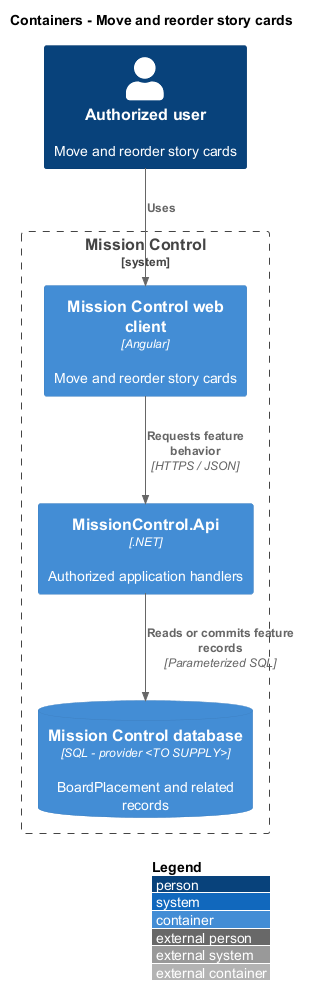
Earlier version of the PlantUML export docs/detailed-designs/kanban/move-story-cards/diagrams/c4-container.png (QuinntyneBrown/mission-control).
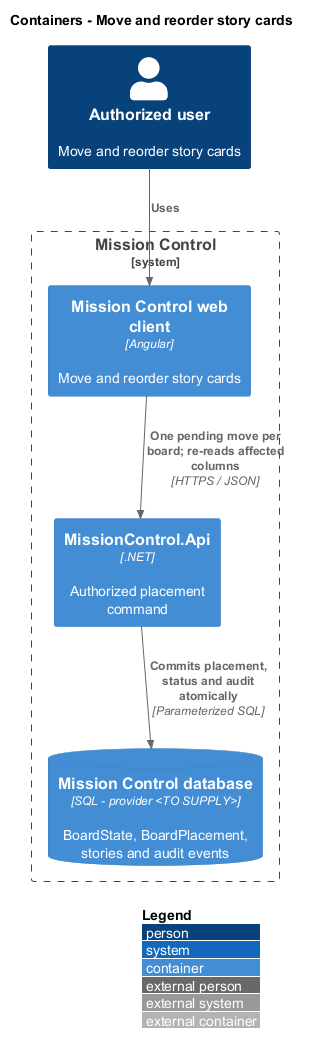
After the commit.

The edit, as a diff of the source:
```diff
@@ -5,10 +5,10 @@
 Person(actor, "Authorized user", "Move and reorder story cards")
 System_Boundary(mc, "Mission Control") {
   Container(web, "Mission Control web client", "Angular", "Move and reorder story cards")
-  Container(api, "MissionControl.Api", ".NET", "Authorized application handlers")
-  ContainerDb(db, "Mission Control database", "SQL - provider <TO SUPPLY>", "BoardPlacement and related records")
+  Container(api, "MissionControl.Api", ".NET", "Authorized placement command")
+  ContainerDb(db, "Mission Control database", "SQL - provider <TO SUPPLY>", "BoardState, BoardPlacement, stories and audit events")
 }
 Rel(actor, web, "Uses")
-Rel(web, api, "Requests feature behavior", "HTTPS / JSON")
-Rel(api, db, "Reads or commits feature records", "Parameterized SQL")
+Rel(web, api, "One pending move per board; re-reads affected columns", "HTTPS / JSON")
+Rel(api, db, "Commits placement, status and audit atomically", "Parameterized SQL")
 @enduml
```
